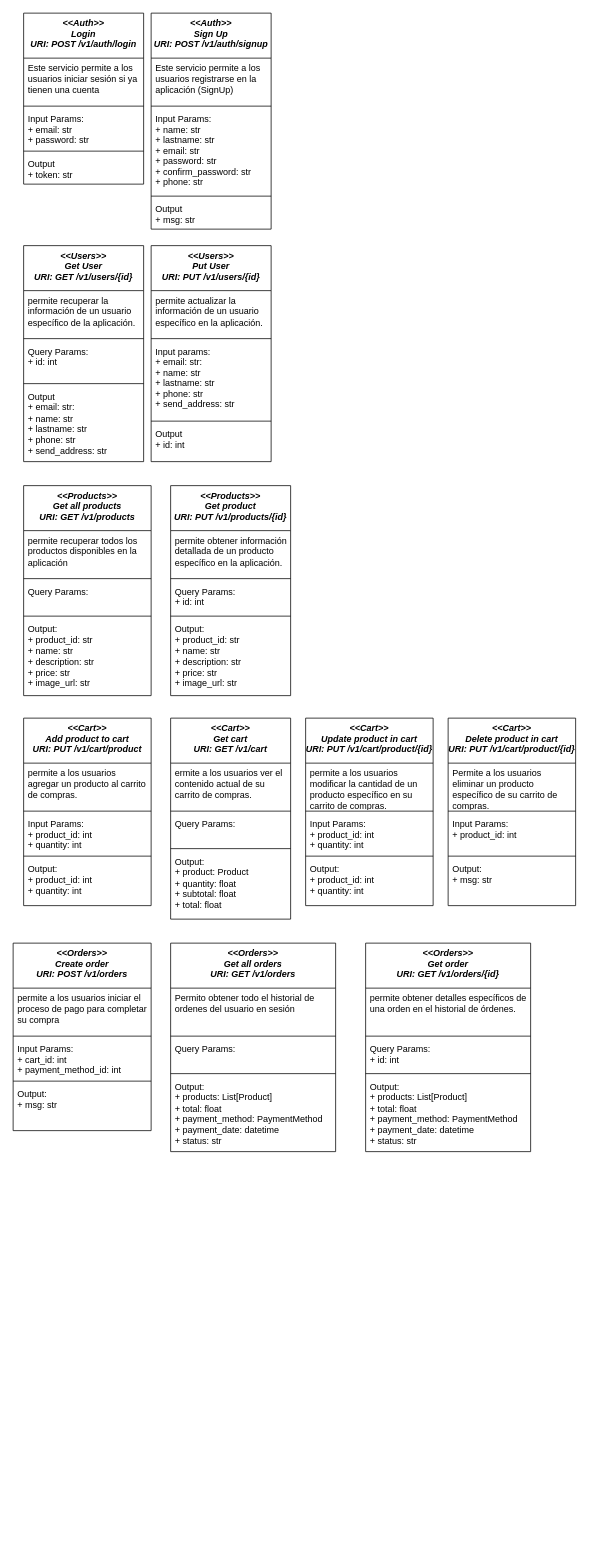
This is ServiciosArtesanias.drawio from Camilapinz18/artesaniastt, a draw.io file, before an edit. Source tidied: cells renumbered, new cells numbered last; positions are measured from the earlier drawing's top-left corner, leaving out a move shared by most shapes. Both pictures are drawn from the tidied source at 75%, with x=0, y=0 at pixel (13, 13).
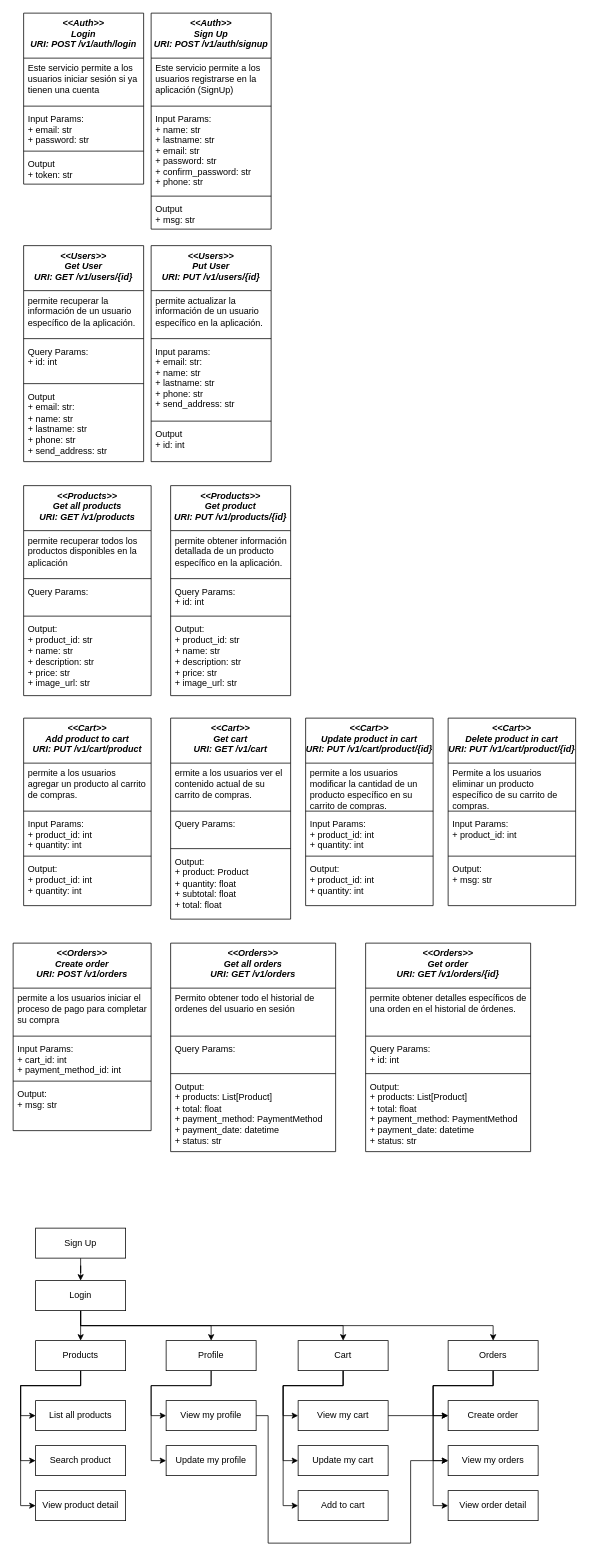
The same page after the edit.

What changed in the source:
```diff
@@
+    <mxCell id="80" style="edgeStyle=orthogonalEdgeStyle;rounded=0;jettySize=auto;html=1;" parent="1" edge="1" source="84" target="90">
+      <mxGeometry relative="1" as="geometry" />
+    </mxCell>
+    <mxCell id="81" style="edgeStyle=orthogonalEdgeStyle;rounded=0;jettySize=auto;html=1;exitX=0.5;exitY=1;exitDx=0;exitDy=0;entryX=0.5;entryY=0;entryDx=0;entryDy=0;" parent="1" edge="1" source="84" target="96">
+      <mxGeometry relative="1" as="geometry" />
+    </mxCell>
+    <mxCell id="82" style="edgeStyle=orthogonalEdgeStyle;rounded=0;jettySize=auto;html=1;exitX=0.5;exitY=1;exitDx=0;exitDy=0;entryX=0.5;entryY=0;entryDx=0;entryDy=0;" parent="1" edge="1" source="84" target="103">
+      <mxGeometry relative="1" as="geometry" />
+    </mxCell>
+    <mxCell id="83" style="edgeStyle=orthogonalEdgeStyle;rounded=0;jettySize=auto;html=1;exitX=0.5;exitY=1;exitDx=0;exitDy=0;" parent="1" edge="1" source="84" target="111">
+      <mxGeometry relative="1" as="geometry" />
+    </mxCell>
+    <mxCell id="84" value="Login" style="rounded=0;whiteSpace=wrap;html=1;" parent="1" vertex="1">
+      <mxGeometry x="30" y="1690" width="120" height="40" as="geometry" />
+    </mxCell>
+    <mxCell id="85" style="edgeStyle=orthogonalEdgeStyle;rounded=0;jettySize=auto;html=1;" parent="1" edge="1" source="86" target="84">
+      <mxGeometry relative="1" as="geometry" />
+    </mxCell>
+    <mxCell id="86" value="Sign Up" style="rounded=0;whiteSpace=wrap;html=1;" parent="1" vertex="1">
+      <mxGeometry x="30" y="1620" width="120" height="40" as="geometry" />
+    </mxCell>
+    <mxCell id="87" style="edgeStyle=orthogonalEdgeStyle;rounded=0;jettySize=auto;html=1;exitX=0.5;exitY=1;exitDx=0;exitDy=0;entryX=0;entryY=0.5;entryDx=0;entryDy=0;" parent="1" edge="1" source="90" target="91">
+      <mxGeometry relative="1" as="geometry" />
+    </mxCell>
+    <mxCell id="88" style="edgeStyle=orthogonalEdgeStyle;rounded=0;jettySize=auto;html=1;exitX=0.5;exitY=1;exitDx=0;exitDy=0;entryX=0;entryY=0.5;entryDx=0;entryDy=0;" parent="1" edge="1" source="90" target="92">
+      <mxGeometry relative="1" as="geometry">
+        <Array as="points">
+          <mxPoint x="90" y="1830" />
+          <mxPoint x="10" y="1830" />
+          <mxPoint x="10" y="1930" />
+        </Array>
+      </mxGeometry>
+    </mxCell>
+    <mxCell id="89" style="edgeStyle=orthogonalEdgeStyle;rounded=0;jettySize=auto;html=1;exitX=0.5;exitY=1;exitDx=0;exitDy=0;entryX=0;entryY=0.5;entryDx=0;entryDy=0;" parent="1" edge="1" source="90" target="93">
+      <mxGeometry relative="1" as="geometry">
+        <Array as="points">
+          <mxPoint x="90" y="1830" />
+          <mxPoint x="10" y="1830" />
+          <mxPoint x="10" y="1990" />
+        </Array>
+      </mxGeometry>
+    </mxCell>
+    <mxCell id="90" value="Products" style="rounded=0;whiteSpace=wrap;html=1;" parent="1" vertex="1">
+      <mxGeometry x="30" y="1770" width="120" height="40" as="geometry" />
+    </mxCell>
+    <mxCell id="91" value="List all products" style="rounded=0;whiteSpace=wrap;html=1;" parent="1" vertex="1">
+      <mxGeometry x="30" y="1850" width="120" height="40" as="geometry" />
+    </mxCell>
+    <mxCell id="92" value="Search product" style="rounded=0;whiteSpace=wrap;html=1;" parent="1" vertex="1">
+      <mxGeometry x="30" y="1910" width="120" height="40" as="geometry" />
+    </mxCell>
+    <mxCell id="93" value="View product detail" style="rounded=0;whiteSpace=wrap;html=1;" parent="1" vertex="1">
+      <mxGeometry x="30" y="1970" width="120" height="40" as="geometry" />
+    </mxCell>
+    <mxCell id="94" style="edgeStyle=orthogonalEdgeStyle;rounded=0;jettySize=auto;html=1;exitX=0.5;exitY=1;exitDx=0;exitDy=0;entryX=0;entryY=0.5;entryDx=0;entryDy=0;" parent="1" edge="1" source="96" target="98">
+      <mxGeometry relative="1" as="geometry" />
+    </mxCell>
+    <mxCell id="95" style="edgeStyle=orthogonalEdgeStyle;rounded=0;jettySize=auto;html=1;exitX=0.5;exitY=1;exitDx=0;exitDy=0;entryX=0;entryY=0.5;entryDx=0;entryDy=0;" parent="1" edge="1" source="96" target="99">
+      <mxGeometry relative="1" as="geometry">
+        <Array as="points">
+          <mxPoint x="264" y="1830" />
+          <mxPoint x="184" y="1830" />
+          <mxPoint x="184" y="1930" />
+        </Array>
+      </mxGeometry>
+    </mxCell>
+    <mxCell id="96" value="Profile" style="rounded=0;whiteSpace=wrap;html=1;" parent="1" vertex="1">
+      <mxGeometry x="204" y="1770" width="120" height="40" as="geometry" />
+    </mxCell>
+    <mxCell id="97" style="edgeStyle=orthogonalEdgeStyle;rounded=0;jettySize=auto;html=1;exitX=1;exitY=0.5;exitDx=0;exitDy=0;entryX=0;entryY=0.5;entryDx=0;entryDy=0;" parent="1" edge="1" source="98" target="113">
+      <mxGeometry relative="1" as="geometry">
+        <Array as="points">
+          <mxPoint x="340" y="1870" />
+          <mxPoint x="340" y="2040" />
+          <mxPoint x="530" y="2040" />
+          <mxPoint x="530" y="1930" />
+        </Array>
+      </mxGeometry>
+    </mxCell>
+    <mxCell id="98" value="View my profile" style="rounded=0;whiteSpace=wrap;html=1;" parent="1" vertex="1">
+      <mxGeometry x="204" y="1850" width="120" height="40" as="geometry" />
+    </mxCell>
+    <mxCell id="99" value="Update my profile" style="rounded=0;whiteSpace=wrap;html=1;" parent="1" vertex="1">
+      <mxGeometry x="204" y="1910" width="120" height="40" as="geometry" />
+    </mxCell>
+    <mxCell id="100" style="edgeStyle=orthogonalEdgeStyle;rounded=0;jettySize=auto;html=1;exitX=0.5;exitY=1;exitDx=0;exitDy=0;entryX=0;entryY=0.5;entryDx=0;entryDy=0;" parent="1" edge="1" source="103" target="105">
+      <mxGeometry relative="1" as="geometry" />
+    </mxCell>
+    <mxCell id="101" style="edgeStyle=orthogonalEdgeStyle;rounded=0;jettySize=auto;html=1;exitX=0.5;exitY=1;exitDx=0;exitDy=0;entryX=0;entryY=0.5;entryDx=0;entryDy=0;" parent="1" edge="1" source="103" target="106">
+      <mxGeometry relative="1" as="geometry">
+        <Array as="points">
+          <mxPoint x="440" y="1830" />
+          <mxPoint x="360" y="1830" />
+          <mxPoint x="360" y="1930" />
+        </Array>
+      </mxGeometry>
+    </mxCell>
+    <mxCell id="102" style="edgeStyle=orthogonalEdgeStyle;rounded=0;jettySize=auto;html=1;exitX=0.5;exitY=1;exitDx=0;exitDy=0;entryX=0;entryY=0.5;entryDx=0;entryDy=0;" parent="1" edge="1" source="103" target="107">
+      <mxGeometry relative="1" as="geometry">
+        <Array as="points">
+          <mxPoint x="440" y="1830" />
+          <mxPoint x="360" y="1830" />
+          <mxPoint x="360" y="1990" />
+        </Array>
+      </mxGeometry>
+    </mxCell>
+    <mxCell id="103" value="Cart" style="rounded=0;whiteSpace=wrap;html=1;" parent="1" vertex="1">
+      <mxGeometry x="380" y="1770" width="120" height="40" as="geometry" />
+    </mxCell>
+    <mxCell id="104" style="edgeStyle=orthogonalEdgeStyle;rounded=0;jettySize=auto;html=1;exitX=1;exitY=0.5;exitDx=0;exitDy=0;entryX=0;entryY=0.5;entryDx=0;entryDy=0;" parent="1" edge="1" source="105" target="112">
+      <mxGeometry relative="1" as="geometry" />
+    </mxCell>
+    <mxCell id="105" value="View my cart" style="rounded=0;whiteSpace=wrap;html=1;" parent="1" vertex="1">
+      <mxGeometry x="380" y="1850" width="120" height="40" as="geometry" />
+    </mxCell>
+    <mxCell id="106" value="Update my cart" style="rounded=0;whiteSpace=wrap;html=1;" parent="1" vertex="1">
+      <mxGeometry x="380" y="1910" width="120" height="40" as="geometry" />
+    </mxCell>
+    <mxCell id="107" value="Add to cart" style="rounded=0;whiteSpace=wrap;html=1;" parent="1" vertex="1">
+      <mxGeometry x="380" y="1970" width="120" height="40" as="geometry" />
+    </mxCell>
+    <mxCell id="108" style="edgeStyle=orthogonalEdgeStyle;rounded=0;jettySize=auto;html=1;exitX=0.5;exitY=1;exitDx=0;exitDy=0;entryX=0;entryY=0.5;entryDx=0;entryDy=0;" parent="1" edge="1" source="111" target="112">
+      <mxGeometry relative="1" as="geometry" />
+    </mxCell>
+    <mxCell id="109" style="edgeStyle=orthogonalEdgeStyle;rounded=0;jettySize=auto;html=1;exitX=0.5;exitY=1;exitDx=0;exitDy=0;entryX=0;entryY=0.5;entryDx=0;entryDy=0;" parent="1" edge="1" source="111" target="113">
+      <mxGeometry relative="1" as="geometry">
+        <Array as="points">
+          <mxPoint x="640" y="1830" />
+          <mxPoint x="560" y="1830" />
+          <mxPoint x="560" y="1930" />
+        </Array>
+      </mxGeometry>
+    </mxCell>
+    <mxCell id="110" style="edgeStyle=orthogonalEdgeStyle;rounded=0;jettySize=auto;html=1;exitX=0.5;exitY=1;exitDx=0;exitDy=0;entryX=0;entryY=0.5;entryDx=0;entryDy=0;" parent="1" edge="1" source="111" target="114">
+      <mxGeometry relative="1" as="geometry">
+        <Array as="points">
+          <mxPoint x="640" y="1830" />
+          <mxPoint x="560" y="1830" />
+          <mxPoint x="560" y="1990" />
+        </Array>
+      </mxGeometry>
+    </mxCell>
+    <mxCell id="111" value="Orders" style="rounded=0;whiteSpace=wrap;html=1;" parent="1" vertex="1">
+      <mxGeometry x="580" y="1770" width="120" height="40" as="geometry" />
+    </mxCell>
+    <mxCell id="112" value="Create order" style="rounded=0;whiteSpace=wrap;html=1;" parent="1" vertex="1">
+      <mxGeometry x="580" y="1850" width="120" height="40" as="geometry" />
+    </mxCell>
+    <mxCell id="113" value="View my orders" style="rounded=0;whiteSpace=wrap;html=1;" parent="1" vertex="1">
+      <mxGeometry x="580" y="1910" width="120" height="40" as="geometry" />
+    </mxCell>
+    <mxCell id="114" value="View order detail" style="rounded=0;whiteSpace=wrap;html=1;" parent="1" vertex="1">
+      <mxGeometry x="580" y="1970" width="120" height="40" as="geometry" />
+    </mxCell>
```
